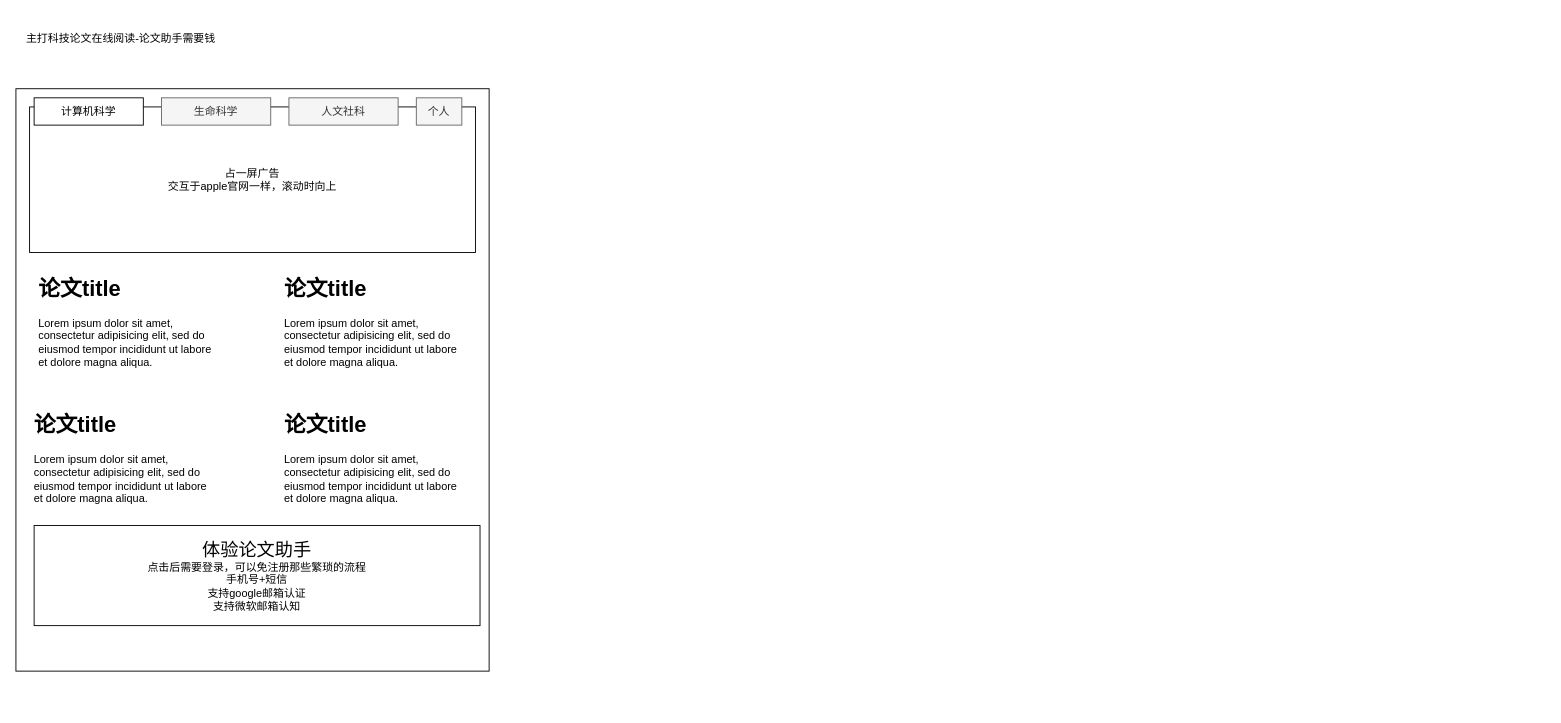
Earlier version of the draw.io diagram ideas/chat.drawio (sivanbil/architecthure-diagram). Source tidied: cells renumbered, new cells numbered last; positions are measured from the earlier drawing's top-left corner, leaving out a move shared by most shapes. Both pictures are drawn from the tidied source at 91%, with x=0, y=0 at pixel (15, 25).
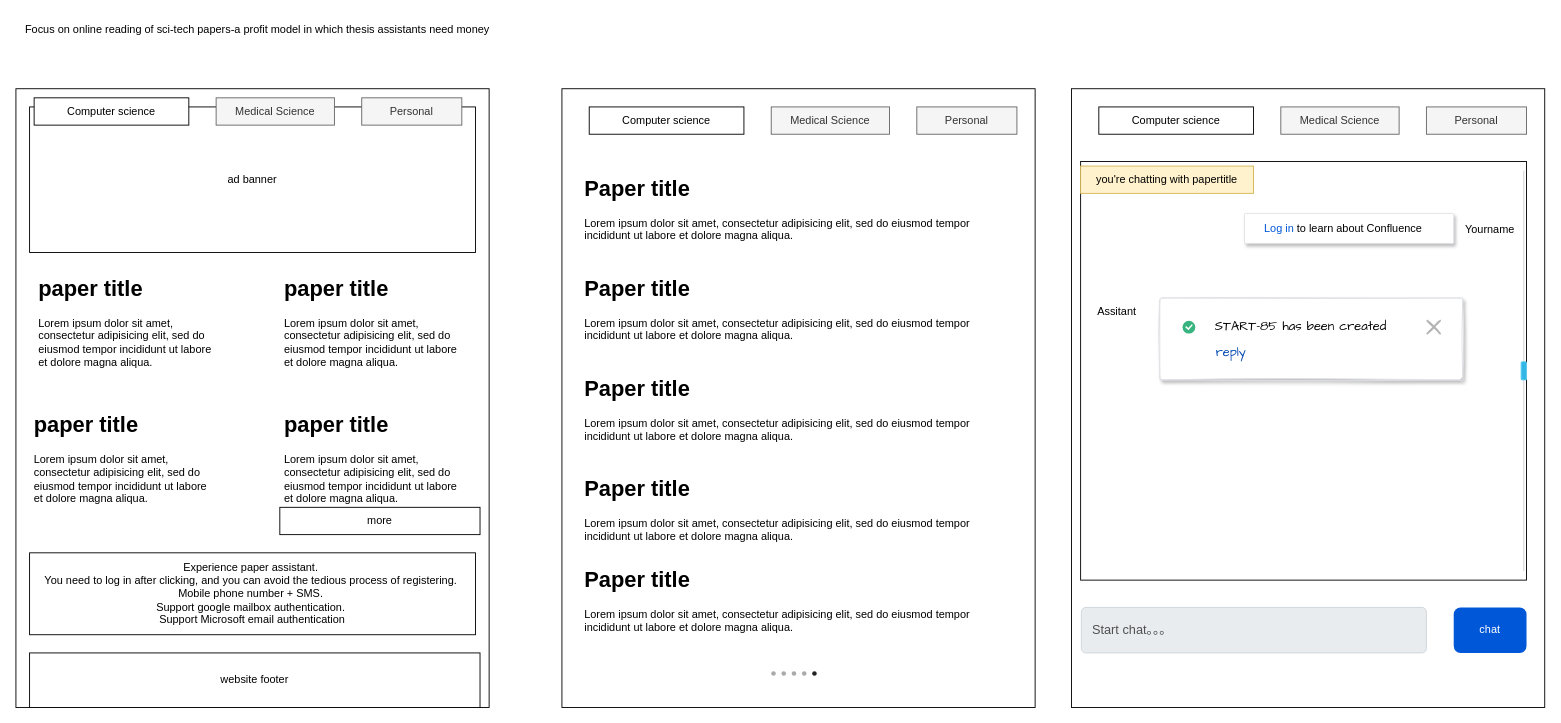
Above is the later version.

Diff of the diagram source:
```diff
@@
     <mxCell id="2" style="rounded=0;whiteSpace=wrap;html=1;" parent="1" vertex="1">
-      <mxGeometry y="70" width="520" height="640" as="geometry" />
+      <mxGeometry y="70" width="520" height="680" as="geometry" />
     </mxCell>
-    <mxCell id="3" value="占一屏广告&lt;br&gt;交互于apple官网一样，滚动时向上" style="rounded=0;whiteSpace=wrap;html=1;" parent="1" vertex="1">
+    <mxCell id="3" value="ad banner" style="rounded=0;whiteSpace=wrap;html=1;" parent="1" vertex="1">
       <mxGeometry x="15" y="90" width="490" height="160" as="geometry" />
     </mxCell>
-    <mxCell id="4" value="主打科技论文在线阅读-论文助手需要钱" style="text;html=1;align=center;verticalAlign=middle;strokeColor=none;fillColor=none;" parent="1" vertex="1">
-      <mxGeometry width="230" height="30" as="geometry" />
+    <mxCell id="4" value="Focus on online reading of sci-tech papers-a profit model in which thesis assistants need money" style="text;html=1;align=center;verticalAlign=middle;strokeColor=none;fillColor=none;" parent="1" vertex="1">
+      <mxGeometry y="-10" width="530" height="30" as="geometry" />
     </mxCell>
-    <mxCell id="5" value="计算机科学" style="rounded=0;whiteSpace=wrap;html=1;" parent="1" vertex="1">
-      <mxGeometry x="20" y="80" width="120" height="30" as="geometry" />
+    <mxCell id="5" value="Computer science" style="rounded=0;whiteSpace=wrap;html=1;" parent="1" vertex="1">
+      <mxGeometry x="20" y="80" width="170" height="30" as="geometry" />
     </mxCell>
-    <mxCell id="6" value="生命科学" style="rounded=0;whiteSpace=wrap;html=1;fillColor=#f5f5f5;fontColor=#333333;strokeColor=#666666;" parent="1" vertex="1">
-      <mxGeometry x="160" y="80" width="120" height="30" as="geometry" />
+    <mxCell id="6" value="Medical Science" style="rounded=0;whiteSpace=wrap;html=1;fillColor=#f5f5f5;fontColor=#333333;strokeColor=#666666;" parent="1" vertex="1">
+      <mxGeometry x="220" y="80" width="130" height="30" as="geometry" />
     </mxCell>
-    <mxCell id="7" value="人文社科" style="rounded=0;whiteSpace=wrap;html=1;fillColor=#f5f5f5;fontColor=#333333;strokeColor=#666666;" parent="1" vertex="1">
-      <mxGeometry x="300" y="80" width="120" height="30" as="geometry" />
-    </mxCell>
-    <mxCell id="8" value="个人" style="rounded=0;whiteSpace=wrap;html=1;fillColor=#f5f5f5;fontColor=#333333;strokeColor=#666666;" parent="1" vertex="1">
-      <mxGeometry x="440" y="80" width="50" height="30" as="geometry" />
+    <mxCell id="8" value="Personal" style="rounded=0;whiteSpace=wrap;html=1;fillColor=#f5f5f5;fontColor=#333333;strokeColor=#666666;" parent="1" vertex="1">
+      <mxGeometry x="380" y="80" width="110" height="30" as="geometry" />
     </mxCell>
-    <mxCell id="9" value="&lt;h1&gt;论文title&lt;/h1&gt;&lt;p&gt;Lorem ipsum dolor sit amet, consectetur adipisicing elit, sed do eiusmod tempor incididunt ut labore et dolore magna aliqua.&lt;/p&gt;" style="text;html=1;strokeColor=none;fillColor=none;spacing=5;spacingTop=-20;whiteSpace=wrap;overflow=hidden;rounded=0;" parent="1" vertex="1">
+    <mxCell id="9" value="&lt;h1&gt;paper title&lt;/h1&gt;&lt;p&gt;Lorem ipsum dolor sit amet, consectetur adipisicing elit, sed do eiusmod tempor incididunt ut labore et dolore magna aliqua.&lt;/p&gt;" style="text;html=1;strokeColor=none;fillColor=none;spacing=5;spacingTop=-20;whiteSpace=wrap;overflow=hidden;rounded=0;" parent="1" vertex="1">
       <mxGeometry x="20" y="270" width="200" height="120" as="geometry" />
     </mxCell>
-    <mxCell id="10" value="&lt;h1&gt;论文title&lt;/h1&gt;&lt;p&gt;Lorem ipsum dolor sit amet, consectetur adipisicing elit, sed do eiusmod tempor incididunt ut labore et dolore magna aliqua.&lt;/p&gt;" style="text;html=1;strokeColor=none;fillColor=none;spacing=5;spacingTop=-20;whiteSpace=wrap;overflow=hidden;rounded=0;" parent="1" vertex="1">
+    <mxCell id="10" value="&lt;h1&gt;paper title&lt;/h1&gt;&lt;p&gt;Lorem ipsum dolor sit amet, consectetur adipisicing elit, sed do eiusmod tempor incididunt ut labore et dolore magna aliqua.&lt;/p&gt;" style="text;html=1;strokeColor=none;fillColor=none;spacing=5;spacingTop=-20;whiteSpace=wrap;overflow=hidden;rounded=0;" parent="1" vertex="1">
       <mxGeometry x="290" y="270" width="200" height="120" as="geometry" />
     </mxCell>
-    <mxCell id="11" value="&lt;h1&gt;论文title&lt;/h1&gt;&lt;p&gt;Lorem ipsum dolor sit amet, consectetur adipisicing elit, sed do eiusmod tempor incididunt ut labore et dolore magna aliqua.&lt;/p&gt;" style="text;html=1;strokeColor=none;fillColor=none;spacing=5;spacingTop=-20;whiteSpace=wrap;overflow=hidden;rounded=0;" parent="1" vertex="1">
+    <mxCell id="11" value="&lt;h1&gt;paper title&lt;/h1&gt;&lt;p&gt;Lorem ipsum dolor sit amet, consectetur adipisicing elit, sed do eiusmod tempor incididunt ut labore et dolore magna aliqua.&lt;/p&gt;" style="text;html=1;strokeColor=none;fillColor=none;spacing=5;spacingTop=-20;whiteSpace=wrap;overflow=hidden;rounded=0;" parent="1" vertex="1">
       <mxGeometry x="15" y="420" width="200" height="120" as="geometry" />
     </mxCell>
-    <mxCell id="12" value="&lt;h1&gt;论文title&lt;/h1&gt;&lt;p&gt;Lorem ipsum dolor sit amet, consectetur adipisicing elit, sed do eiusmod tempor incididunt ut labore et dolore magna aliqua.&lt;/p&gt;" style="text;html=1;strokeColor=none;fillColor=none;spacing=5;spacingTop=-20;whiteSpace=wrap;overflow=hidden;rounded=0;" parent="1" vertex="1">
+    <mxCell id="12" value="&lt;h1&gt;paper title&lt;/h1&gt;&lt;p&gt;Lorem ipsum dolor sit amet, consectetur adipisicing elit, sed do eiusmod tempor incididunt ut labore et dolore magna aliqua.&lt;/p&gt;" style="text;html=1;strokeColor=none;fillColor=none;spacing=5;spacingTop=-20;whiteSpace=wrap;overflow=hidden;rounded=0;" parent="1" vertex="1">
       <mxGeometry x="290" y="420" width="200" height="120" as="geometry" />
     </mxCell>
-    <mxCell id="13" value="&lt;font style=&quot;font-size: 20px;&quot;&gt;体验论文助手&lt;/font&gt;&lt;br&gt;点击后需要登录，可以免注册那些繁琐的流程&lt;br&gt;手机号+短信&lt;br&gt;支持google邮箱认证&lt;br&gt;支持微软邮箱认知" style="rounded=0;whiteSpace=wrap;html=1;" parent="1" vertex="1">
-      <mxGeometry x="20" y="550" width="490" height="110" as="geometry" />
+    <mxCell id="13" value="&lt;div&gt;Experience paper assistant.&amp;nbsp;&lt;/div&gt;&lt;div&gt;You need to log in after clicking, and you can avoid the tedious process of registering.&amp;nbsp;&lt;/div&gt;&lt;div&gt;Mobile phone number + SMS.&amp;nbsp;&lt;/div&gt;&lt;div&gt;Support google mailbox authentication.&amp;nbsp;&lt;/div&gt;&lt;div&gt;Support Microsoft email authentication&lt;/div&gt;" style="rounded=0;whiteSpace=wrap;html=1;" parent="1" vertex="1">
+      <mxGeometry x="15" y="580" width="490" height="90" as="geometry" />
     </mxCell>
+    <mxCell id="14" value="more" style="rounded=0;whiteSpace=wrap;html=1;" parent="1" vertex="1">
+      <mxGeometry x="290" y="530" width="220" height="30" as="geometry" />
+    </mxCell>
+    <mxCell id="15" value="website footer" style="rounded=0;whiteSpace=wrap;html=1;" parent="1" vertex="1">
+      <mxGeometry x="15" y="690" width="495" height="60" as="geometry" />
+    </mxCell>
+    <mxCell id="16" style="rounded=0;whiteSpace=wrap;html=1;" parent="1" vertex="1">
+      <mxGeometry x="600" y="70" width="520" height="680" as="geometry" />
+    </mxCell>
+    <mxCell id="17" value="&lt;h1&gt;Paper title&lt;/h1&gt;&lt;p&gt;Lorem ipsum dolor sit amet, consectetur adipisicing elit, sed do eiusmod tempor incididunt ut labore et dolore magna aliqua.&lt;/p&gt;" style="text;html=1;strokeColor=none;fillColor=none;spacing=5;spacingTop=-20;whiteSpace=wrap;overflow=hidden;rounded=0;" parent="1" vertex="1">
+      <mxGeometry x="620" y="160" width="480" height="110" as="geometry" />
+    </mxCell>
+    <mxCell id="18" value="Computer science" style="rounded=0;whiteSpace=wrap;html=1;" parent="1" vertex="1">
+      <mxGeometry x="630" y="90" width="170" height="30" as="geometry" />
+    </mxCell>
+    <mxCell id="19" value="Medical Science" style="rounded=0;whiteSpace=wrap;html=1;fillColor=#f5f5f5;fontColor=#333333;strokeColor=#666666;" parent="1" vertex="1">
+      <mxGeometry x="830" y="90" width="130" height="30" as="geometry" />
+    </mxCell>
+    <mxCell id="20" value="Personal" style="rounded=0;whiteSpace=wrap;html=1;fillColor=#f5f5f5;fontColor=#333333;strokeColor=#666666;" parent="1" vertex="1">
+      <mxGeometry x="990" y="90" width="110" height="30" as="geometry" />
+    </mxCell>
+    <mxCell id="21" value="&lt;h1&gt;Paper title&lt;/h1&gt;&lt;p&gt;Lorem ipsum dolor sit amet, consectetur adipisicing elit, sed do eiusmod tempor incididunt ut labore et dolore magna aliqua.&lt;/p&gt;" style="text;html=1;strokeColor=none;fillColor=none;spacing=5;spacingTop=-20;whiteSpace=wrap;overflow=hidden;rounded=0;" parent="1" vertex="1">
+      <mxGeometry x="620" y="270" width="480" height="110" as="geometry" />
+    </mxCell>
+    <mxCell id="22" value="&lt;h1&gt;Paper title&lt;/h1&gt;&lt;p&gt;Lorem ipsum dolor sit amet, consectetur adipisicing elit, sed do eiusmod tempor incididunt ut labore et dolore magna aliqua.&lt;/p&gt;" style="text;html=1;strokeColor=none;fillColor=none;spacing=5;spacingTop=-20;whiteSpace=wrap;overflow=hidden;rounded=0;" parent="1" vertex="1">
+      <mxGeometry x="620" y="380" width="480" height="110" as="geometry" />
+    </mxCell>
+    <mxCell id="23" value="&lt;h1&gt;Paper title&lt;/h1&gt;&lt;p&gt;Lorem ipsum dolor sit amet, consectetur adipisicing elit, sed do eiusmod tempor incididunt ut labore et dolore magna aliqua.&lt;/p&gt;" style="text;html=1;strokeColor=none;fillColor=none;spacing=5;spacingTop=-20;whiteSpace=wrap;overflow=hidden;rounded=0;" parent="1" vertex="1">
+      <mxGeometry x="620" y="490" width="480" height="110" as="geometry" />
+    </mxCell>
+    <mxCell id="24" style="html=1;verticalLabelPosition=bottom;labelBackgroundColor=#ffffff;verticalAlign=top;shadow=0;dashed=0;strokeWidth=1;shape=mxgraph.ios7ui.pageControl;fillColor=#222222;strokeColor=#aaaaaa;sketch=0;" parent="1" vertex="1">
+      <mxGeometry x="830" y="710" width="50" height="5" as="geometry" />
+    </mxCell>
+    <mxCell id="25" value="&lt;h1&gt;Paper title&lt;/h1&gt;&lt;p&gt;Lorem ipsum dolor sit amet, consectetur adipisicing elit, sed do eiusmod tempor incididunt ut labore et dolore magna aliqua.&lt;/p&gt;" style="text;html=1;strokeColor=none;fillColor=none;spacing=5;spacingTop=-20;whiteSpace=wrap;overflow=hidden;rounded=0;" parent="1" vertex="1">
+      <mxGeometry x="620" y="590" width="480" height="110" as="geometry" />
+    </mxCell>
+    <mxCell id="26" style="rounded=0;whiteSpace=wrap;html=1;" parent="1" vertex="1">
+      <mxGeometry x="1160" y="70" width="520" height="680" as="geometry" />
+    </mxCell>
+    <mxCell id="27" value="Computer science" style="rounded=0;whiteSpace=wrap;html=1;" parent="1" vertex="1">
+      <mxGeometry x="1190" y="90" width="170" height="30" as="geometry" />
+    </mxCell>
+    <mxCell id="28" value="Medical Science" style="rounded=0;whiteSpace=wrap;html=1;fillColor=#f5f5f5;fontColor=#333333;strokeColor=#666666;" parent="1" vertex="1">
+      <mxGeometry x="1390" y="90" width="130" height="30" as="geometry" />
+    </mxCell>
+    <mxCell id="29" value="Personal" style="rounded=0;whiteSpace=wrap;html=1;fillColor=#f5f5f5;fontColor=#333333;strokeColor=#666666;" parent="1" vertex="1">
+      <mxGeometry x="1550" y="90" width="110" height="30" as="geometry" />
+    </mxCell>
+    <mxCell id="30" value="chat" style="rounded=1;fillColor=#0057D8;align=center;strokeColor=none;html=1;whiteSpace=wrap;fontColor=#ffffff;fontSize=12;sketch=0;" parent="1" vertex="1">
+      <mxGeometry x="1580" y="640" width="80" height="50" as="geometry" />
+    </mxCell>
+    <mxCell id="31" value="Start chat。。。" style="html=1;shadow=0;dashed=0;shape=mxgraph.bootstrap.rrect;rSize=5;strokeColor=#CED4DA;strokeWidth=1;fillColor=#E9ECEF;fontColor=#505050;whiteSpace=wrap;align=left;verticalAlign=middle;spacingLeft=10;fontSize=14;" parent="1" vertex="1">
+      <mxGeometry x="1170.8" y="640" width="379.2" height="50" as="geometry" />
+    </mxCell>
+    <mxCell id="32" style="rounded=0;whiteSpace=wrap;html=1;" parent="1" vertex="1">
+      <mxGeometry x="1170" y="150" width="490" height="460" as="geometry" />
+    </mxCell>
+    <mxCell id="33" value="you're chatting with papertitle" style="text;html=1;strokeColor=#d6b656;fillColor=#fff2cc;align=center;verticalAlign=middle;whiteSpace=wrap;rounded=0;" parent="1" vertex="1">
+      <mxGeometry x="1170" y="155" width="190" height="30" as="geometry" />
+    </mxCell>
+    <mxCell id="34" value="Yourname" style="text;html=1;strokeColor=none;fillColor=none;align=center;verticalAlign=middle;whiteSpace=wrap;rounded=0;" parent="1" vertex="1">
+      <mxGeometry x="1590" y="210" width="60" height="30" as="geometry" />
+    </mxCell>
+    <mxCell id="35" value="&lt;font color=&quot;#0057d8&quot;&gt;Log in&lt;/font&gt; to learn about Confluence" style="rounded=1;arcSize=3;fillColor=#ffffff;strokeColor=#DFE1E5;strokeWidth=1;shadow=1;align=left;html=1;whiteSpace=wrap;spacingLeft=20;spacingRight=20;fontSize=12;" parent="1" vertex="1">
+      <mxGeometry x="1350" y="207" width="230" height="33" as="geometry" />
+    </mxCell>
+    <mxCell id="36" value="Assitant" style="text;html=1;strokeColor=none;fillColor=none;align=center;verticalAlign=middle;whiteSpace=wrap;rounded=0;" parent="1" vertex="1">
+      <mxGeometry x="1180" y="300" width="60" height="30" as="geometry" />
+    </mxCell>
+    <mxCell id="37" style="rounded=1;fillColor=#ffffff;strokeColor=#DFE1E5;shadow=1;html=1;arcSize=4;sketch=1;hachureGap=4;fontFamily=Architects Daughter;fontSize=20;" parent="1" vertex="1">
+      <mxGeometry x="1257" y="300" width="333" height="90" as="geometry" />
+    </mxCell>
+    <mxCell id="38" value="START-85 has been created" style="html=1;shadow=0;dashed=0;shape=mxgraph.atlassian.checkbox;fillColor=#36B37E;strokeColor=none;html=1;fontSize=14;fontStyle=0;labelPosition=right;align=left;spacingLeft=20;sketch=0;hachureGap=4;fontFamily=Architects Daughter;" parent="37" vertex="1">
+      <mxGeometry width="14" height="14" relative="1" as="geometry">
+        <mxPoint x="25" y="25" as="offset" />
+      </mxGeometry>
+    </mxCell>
+    <mxCell id="39" value="reply" style="html=1;shadow=0;dashed=0;shape=mxgraph.atlassian.checkbox;fillColor=none;strokeColor=none;html=1;fontSize=14;fontStyle=0;fontColor=#0049B0;align=left;sketch=1;hachureGap=4;fontFamily=Architects Daughter;" parent="37" vertex="1">
+      <mxGeometry width="260" height="20" relative="1" as="geometry">
+        <mxPoint x="60" y="50" as="offset" />
+      </mxGeometry>
+    </mxCell>
+    <mxCell id="40" style="html=1;shadow=0;dashed=0;shape=mxgraph.atlassian.x;strokeColor=#B3B3B3;strokeWidth=2;sketch=1;hachureGap=4;fontFamily=Architects Daughter;fontSize=20;" parent="37" vertex="1">
+      <mxGeometry x="1" width="14" height="14" relative="1" as="geometry">
+        <mxPoint x="-39" y="25" as="offset" />
+      </mxGeometry>
+    </mxCell>
+    <mxCell id="41" style="verticalLabelPosition=bottom;verticalAlign=top;html=1;shadow=0;dashed=0;strokeWidth=1;shape=mxgraph.android.quickscroll3;dy=0.5;fillColor=#33b5e5;strokeColor=#66D5F5;" parent="1" vertex="1">
+      <mxGeometry x="1654" y="160" width="6" height="440" as="geometry" />
+    </mxCell>
```
